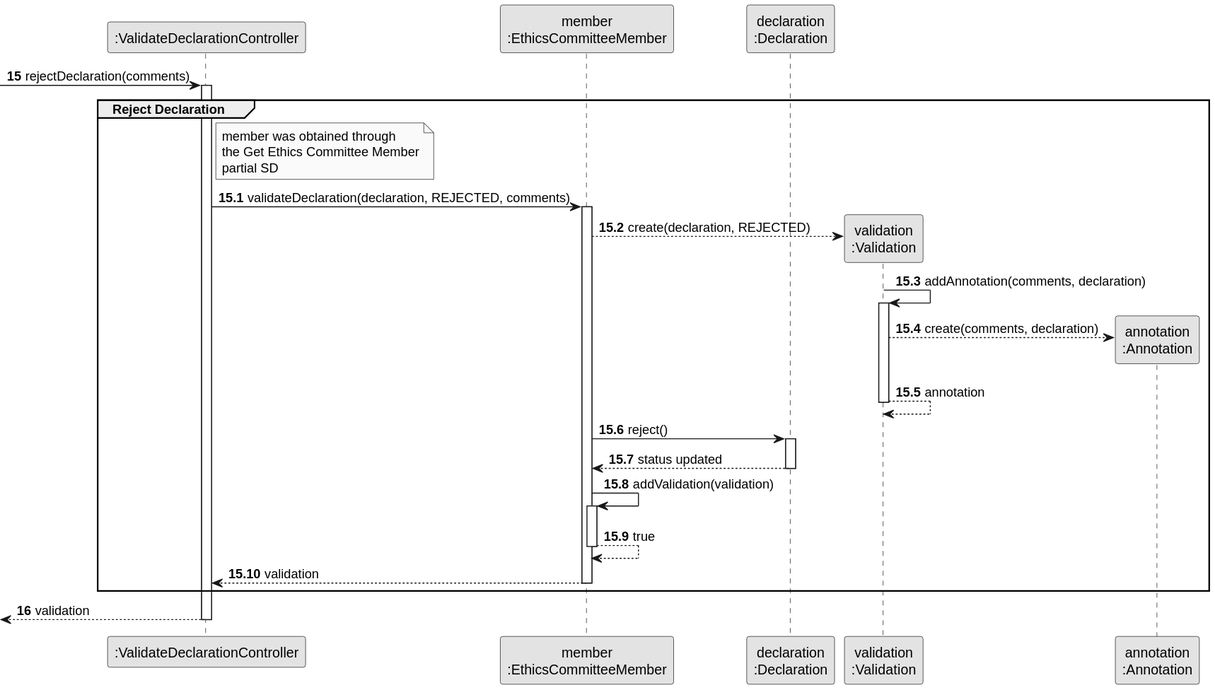
Above: docs/system-documentation/US08/03.design/svg/US08-SD-partial-reject-declaration.svg in Departamento-de-Engenharia-Informatica/sem2-pi-25-26-g096-repo (PlantUML), before the change. Its diagram source:
```plantuml
@startuml
skinparam monochrome true
skinparam packageStyle rectangle
skinparam shadowing false

participant ":ValidateDeclarationController" as CTRL
participant "member\n:EthicsCommitteeMember" as MEMBER
participant "declaration\n:Declaration" as DECL
participant "validation\n:Validation" as VALIDATION
participant "annotation\n:Annotation" as ANNOTATION

autonumber 15
-> CTRL : rejectDeclaration(comments)

autonumber 15.1
activate CTRL

    group Reject Declaration

        note right of CTRL
            member was obtained through
            the Get Ethics Committee Member
            partial SD
        end note

        CTRL -> MEMBER : validateDeclaration(declaration, REJECTED, comments)
        activate MEMBER
            MEMBER --> VALIDATION** : create(declaration, REJECTED)

            VALIDATION -> VALIDATION : addAnnotation(comments, declaration)
            activate VALIDATION
                VALIDATION --> ANNOTATION** : create(comments, declaration)
                VALIDATION --> VALIDATION : annotation
            deactivate VALIDATION

            MEMBER -> DECL : reject()
            activate DECL
                DECL --> MEMBER : status updated
            deactivate DECL

            MEMBER -> MEMBER : addValidation(validation)
            activate MEMBER
                MEMBER --> MEMBER : true
            deactivate MEMBER

            MEMBER --> CTRL : validation
        deactivate MEMBER

    end

    autonumber 16
    <-- CTRL : validation

deactivate CTRL
@enduml
```
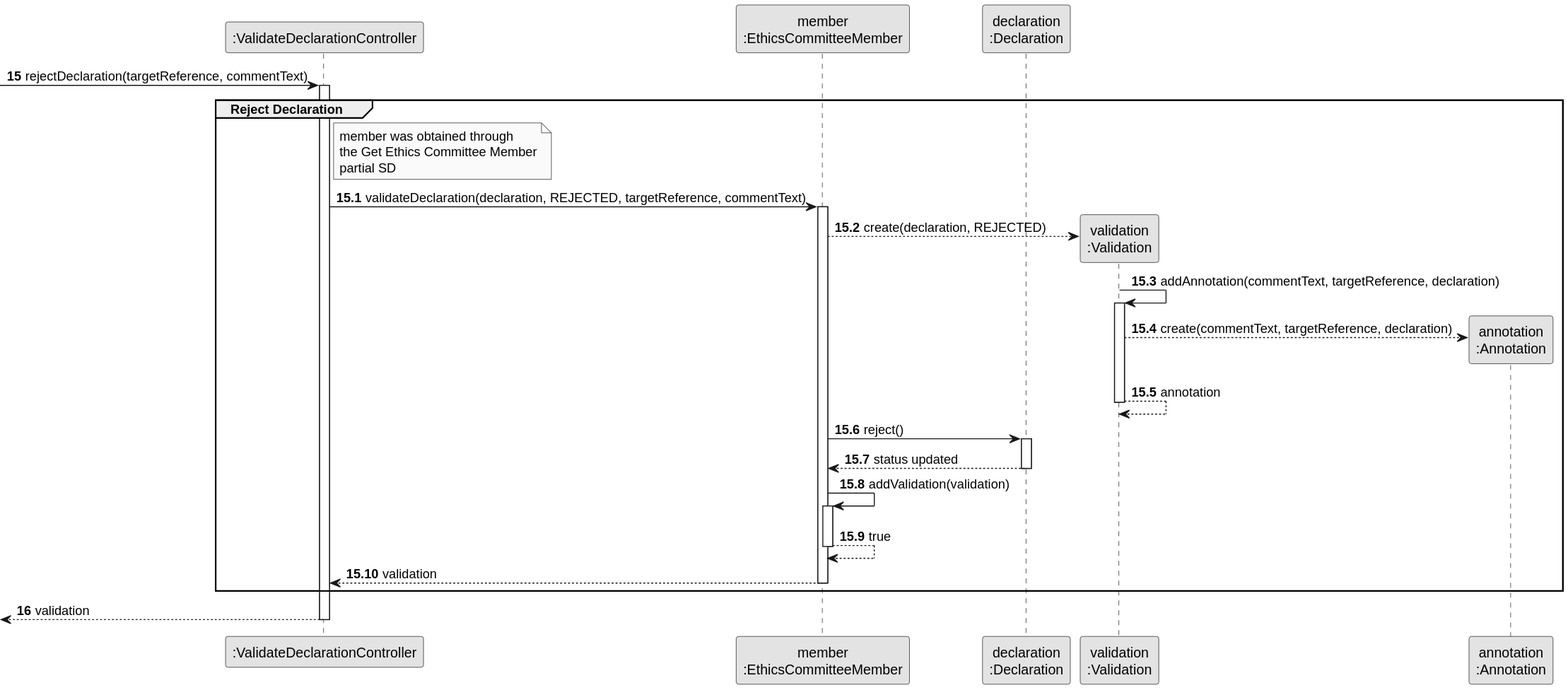
After the change.

Commit message:
US08 (Code & Docs) - Enhance validation process by adding target reference to annotations and updating method signatures for rejectDeclaration and addAnnotation [#30][#46][#52]

What changed in the source:
```diff
@@ -10,7 +10,7 @@
 participant "annotation\n:Annotation" as ANNOTATION
 
 autonumber 15
--> CTRL : rejectDeclaration(comments)
+-> CTRL : rejectDeclaration(targetReference, commentText)
 
 autonumber 15.1
 activate CTRL
@@ -23,13 +23,13 @@
             partial SD
         end note
 
-        CTRL -> MEMBER : validateDeclaration(declaration, REJECTED, comments)
+        CTRL -> MEMBER : validateDeclaration(declaration, REJECTED, targetReference, commentText)
         activate MEMBER
             MEMBER --> VALIDATION** : create(declaration, REJECTED)
 
-            VALIDATION -> VALIDATION : addAnnotation(comments, declaration)
+            VALIDATION -> VALIDATION : addAnnotation(commentText, targetReference, declaration)
             activate VALIDATION
-                VALIDATION --> ANNOTATION** : create(comments, declaration)
+                VALIDATION --> ANNOTATION** : create(commentText, targetReference, declaration)
                 VALIDATION --> VALIDATION : annotation
             deactivate VALIDATION
 
```
